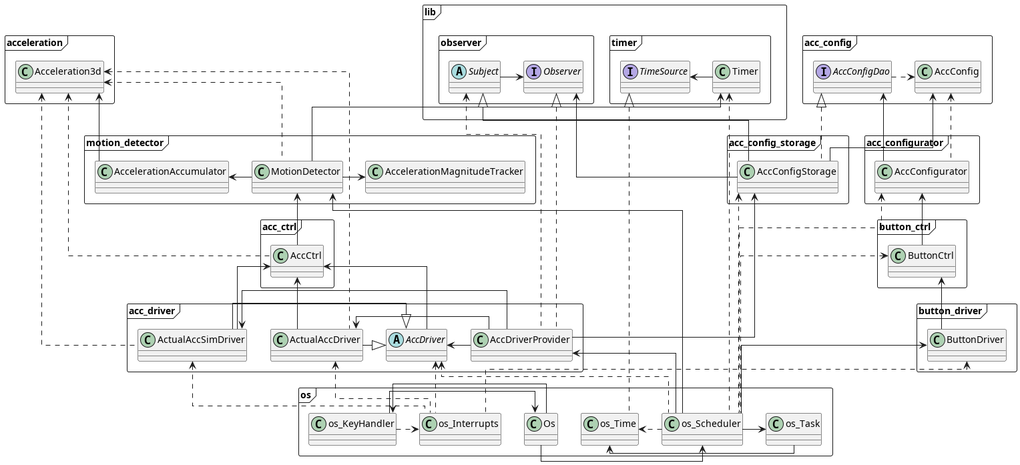
Before: docs/media/diag-overview.png, a diagram exported from PlantUML (alexmarincu/oop-c-embedded).
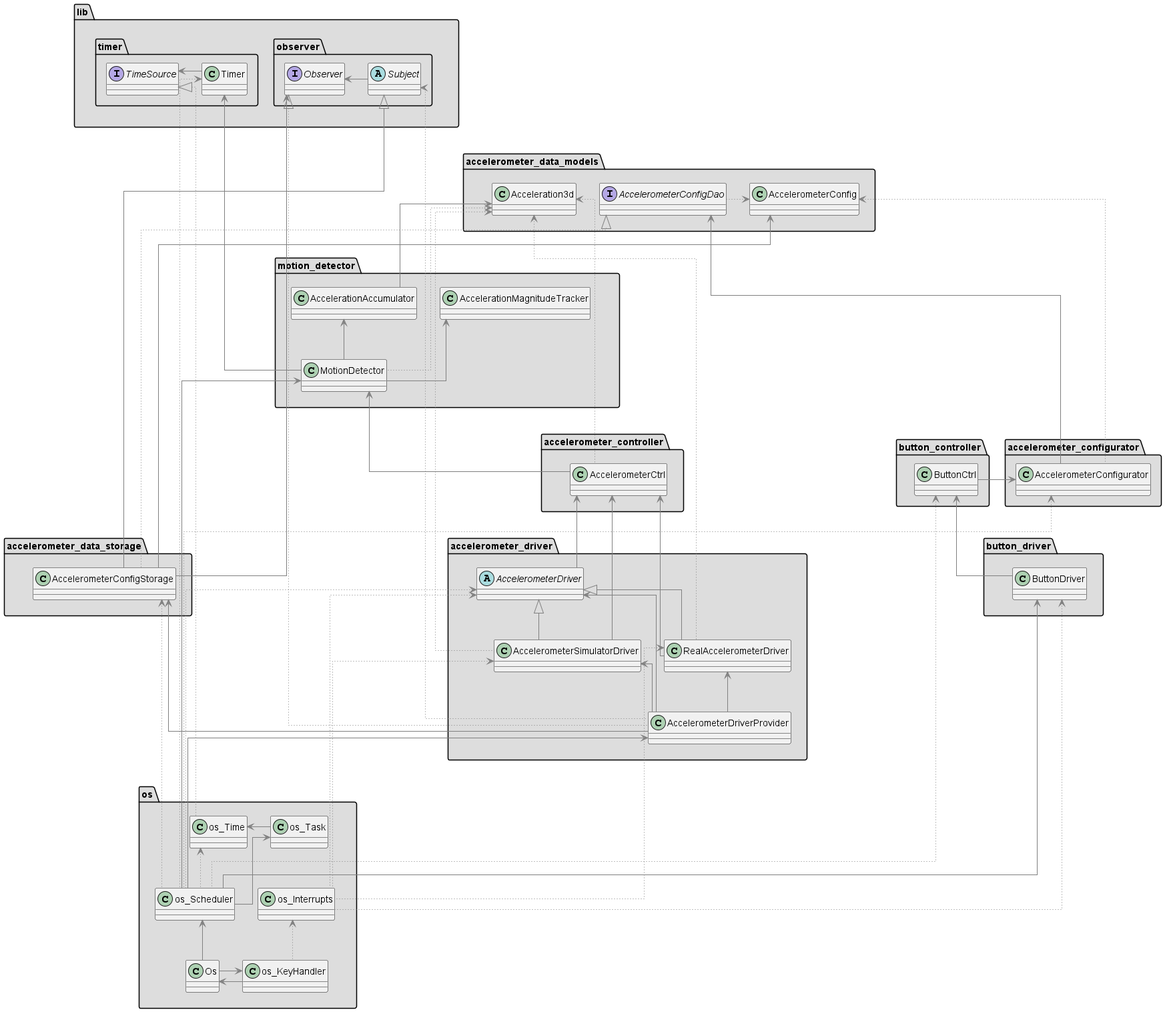
The same diagram one commit later.

Change to the diagram source:
```diff
@@ -1,80 +1,80 @@
 @startuml
-skinparam linetype ortho
-package lib <<Frame>> {
-    package timer <<Frame>> {
+skinparam ArrowColor Gray
+skinparam PackageBackgroundColor #DDDDDD
+skinparam Linetype ortho
+package lib {
+    package timer {
         interface TimeSource
         class Timer
         Timer -> TimeSource
     }
-    package observer <<Frame>> {
+    package observer {
         interface Observer
         abstract class Subject
         Subject -> Observer
     }
 }
-package acceleration <<Frame>> {
+package accelerometer_data_models {
     class Acceleration3d
+    class AccelerometerConfig
+    interface AccelerometerConfigDao
+    AccelerometerConfigDao .[dotted]> AccelerometerConfig
 }
-package acc_config <<Frame>> {
-    class AccConfig
-    interface AccConfigDao
-    AccConfigDao .> AccConfig
-}
-package motion_detector <<Frame>> {
+package motion_detector {
     class AccelerationAccumulator
     class AccelerationMagnitudeTracker
     class MotionDetector
-    AccelerationAccumulator -u-> Acceleration3d
-    MotionDetector .u.> Acceleration3d
-    MotionDetector -> AccelerationAccumulator
-    MotionDetector -> AccelerationMagnitudeTracker
-    MotionDetector -u-> Timer
+    AccelerationAccumulator --u> Acceleration3d
+    MotionDetector ..u[dotted]> Acceleration3d
+    MotionDetector --u> AccelerationAccumulator
+    MotionDetector --u> AccelerationMagnitudeTracker
+    MotionDetector --u> Timer
 }
-package acc_configurator <<Frame>> {
-    class AccConfigurator
-    AccConfigurator -u-> AccConfigDao
-    AccConfigurator .u.> AccConfig
+package accelerometer_configurator {
+    class AccelerometerConfigurator
+    AccelerometerConfigurator --u> AccelerometerConfigDao
+    AccelerometerConfigurator ..u[dotted]> AccelerometerConfig
 }
-package acc_ctrl <<Frame>> {
-    class AccCtrl
-    AccCtrl .u.> Acceleration3d
-    AccCtrl -u-> MotionDetector
+package accelerometer_controller {
+    class AccelerometerCtrl
+    AccelerometerCtrl ..u[dotted]> Acceleration3d
+    AccelerometerCtrl --u> MotionDetector
 }
-package button_ctrl <<Frame>> {
+package button_controller {
     class ButtonCtrl
-    ButtonCtrl -u-> AccConfigurator
+    ButtonCtrl -> AccelerometerConfigurator
 }
-package acc_config_storage <<Frame>> {
-    class AccConfigStorage
-    AccConfigStorage -u-|> Subject
-    AccConfigStorage -u-> Observer
-    AccConfigStorage .u.|> AccConfigDao
-    AccConfigStorage -u-> AccConfig
+package accelerometer_data_storage {
+    class AccelerometerConfigStorage
+    AccelerometerConfigStorage --u|> Subject
+    AccelerometerConfigStorage --u> Observer
+    AccelerometerConfigStorage ..u[dotted]|> AccelerometerConfigDao
+    AccelerometerConfigStorage --u> AccelerometerConfig
 }
-package acc_driver <<Frame>> {
-    abstract class AccDriver
-    class ActualAccDriver
-    class ActualAccSimDriver
-    class AccDriverProvider
-    AccDriver -u-> AccCtrl
-    ActualAccDriver -|> AccDriver
-    ActualAccDriver -u-> AccCtrl
-    ActualAccDriver .u.> Acceleration3d
-    ActualAccSimDriver -|> AccDriver
-    ActualAccSimDriver -u-> AccCtrl
-    ActualAccSimDriver .u.> Acceleration3d
-    AccDriverProvider .u.|> Observer
-    AccDriverProvider .u.> Subject
-    AccDriverProvider -u-> AccConfigStorage
-    AccDriverProvider -> ActualAccDriver
-    AccDriverProvider -> ActualAccSimDriver
-    AccDriverProvider -> AccDriver
+package accelerometer_driver {
+    abstract class AccelerometerDriver
+    class RealAccelerometerDriver
+    class AccelerometerSimulatorDriver
+    class AccelerometerDriverProvider
+    AccelerometerDriver --u> AccelerometerCtrl
+    RealAccelerometerDriver --u|> AccelerometerDriver
+    RealAccelerometerDriver --u> AccelerometerCtrl
+    RealAccelerometerDriver ..u[dotted]> Acceleration3d
+    AccelerometerSimulatorDriver --u|> AccelerometerDriver
+    AccelerometerSimulatorDriver --u> AccelerometerCtrl
+    AccelerometerSimulatorDriver ..u[dotted]> Acceleration3d
+    AccelerometerDriverProvider ..u[dotted]|> Observer
+    AccelerometerDriverProvider ..u[dotted]> Subject
+    AccelerometerDriverProvider -> AccelerometerConfigStorage
+    AccelerometerDriverProvider --u> RealAccelerometerDriver
+    AccelerometerDriverProvider --u> AccelerometerSimulatorDriver
+    AccelerometerDriverProvider --u> AccelerometerDriver
 }
-package button_driver <<Frame>> {
+package button_driver {
     class ButtonDriver
-    ButtonDriver -u-> ButtonCtrl
+    ButtonDriver --u> ButtonCtrl
 }
-package os <<Frame>> {
+package os {
     class os_Interrupts
     class os_KeyHandler
     class os_Time
@@ -82,24 +82,31 @@
     class os_Scheduler
     class Os
     Os -> os_KeyHandler
-    Os -> os_Scheduler
+    Os --u> os_Scheduler
     os_KeyHandler -> Os
-    os_KeyHandler .> os_Interrupts
-    os_Interrupts .u.> ButtonDriver
-    os_Interrupts .u.> AccDriver
-    os_Interrupts .u.> ActualAccDriver
-    os_Interrupts .u.> ActualAccSimDriver
-    os_Scheduler -u-> ButtonDriver
-    os_Scheduler -u-> AccDriverProvider
-    os_Scheduler -u-> MotionDetector
-    os_Scheduler -> os_Task
-    os_Scheduler .u.> AccConfigStorage
-    os_Scheduler .u.> AccConfigurator
-    os_Scheduler .u.> AccDriver
-    os_Scheduler .u.> ButtonCtrl
-    os_Scheduler .> os_Time
-    os_Scheduler .u.> Timer
+    os_KeyHandler ..u[dotted]> os_Interrupts
+    os_Interrupts ..u[dotted]> ButtonDriver
+    os_Interrupts ..u[dotted]> AccelerometerDriver
+    os_Interrupts ..u[dotted]> RealAccelerometerDriver
+    os_Interrupts ..u[dotted]> AccelerometerSimulatorDriver
+    os_Scheduler --u> ButtonDriver
+    os_Scheduler --u> AccelerometerDriverProvider
+    os_Scheduler --u> MotionDetector
+    os_Scheduler --u> os_Task
+    os_Scheduler ..u[dotted]> AccelerometerConfigStorage
+    os_Scheduler ..u[dotted]> AccelerometerConfigurator
+    os_Scheduler ..u[dotted]> AccelerometerDriver
+    os_Scheduler ..u[dotted]> ButtonCtrl
+    os_Scheduler ..u[dotted]> os_Time
+    os_Scheduler ..u[dotted]> Timer
     os_Task -> os_Time
-    os_Time .u.|> TimeSource
+    os_Time ..u[dotted]|> TimeSource
 }
+accelerometer_data_models --u[hidden] lib
+motion_detector --u[hidden] accelerometer_data_models
+accelerometer_controller ---u[hidden] motion_detector
+accelerometer_driver --u[hidden] accelerometer_controller
+os ----u[hidden] accelerometer_driver
+os ----u[hidden] button_driver
+os ----u[hidden] accelerometer_data_storage
 @enduml
```
